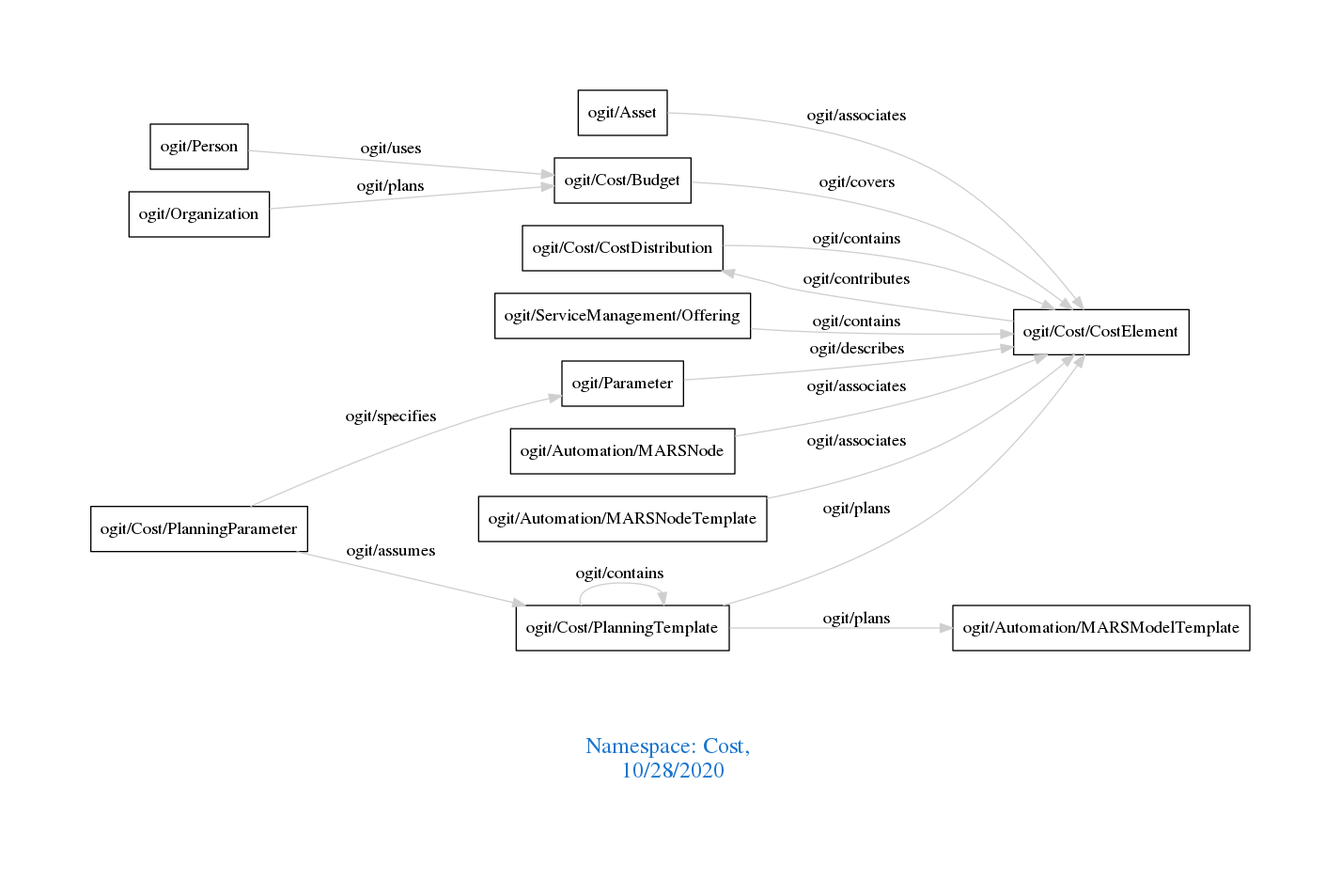
This is downloads/Cost.png from arago/OGIT, a Graphviz export, as it was before one commit. Its source is kept beside it as downloads/Cost.dot.
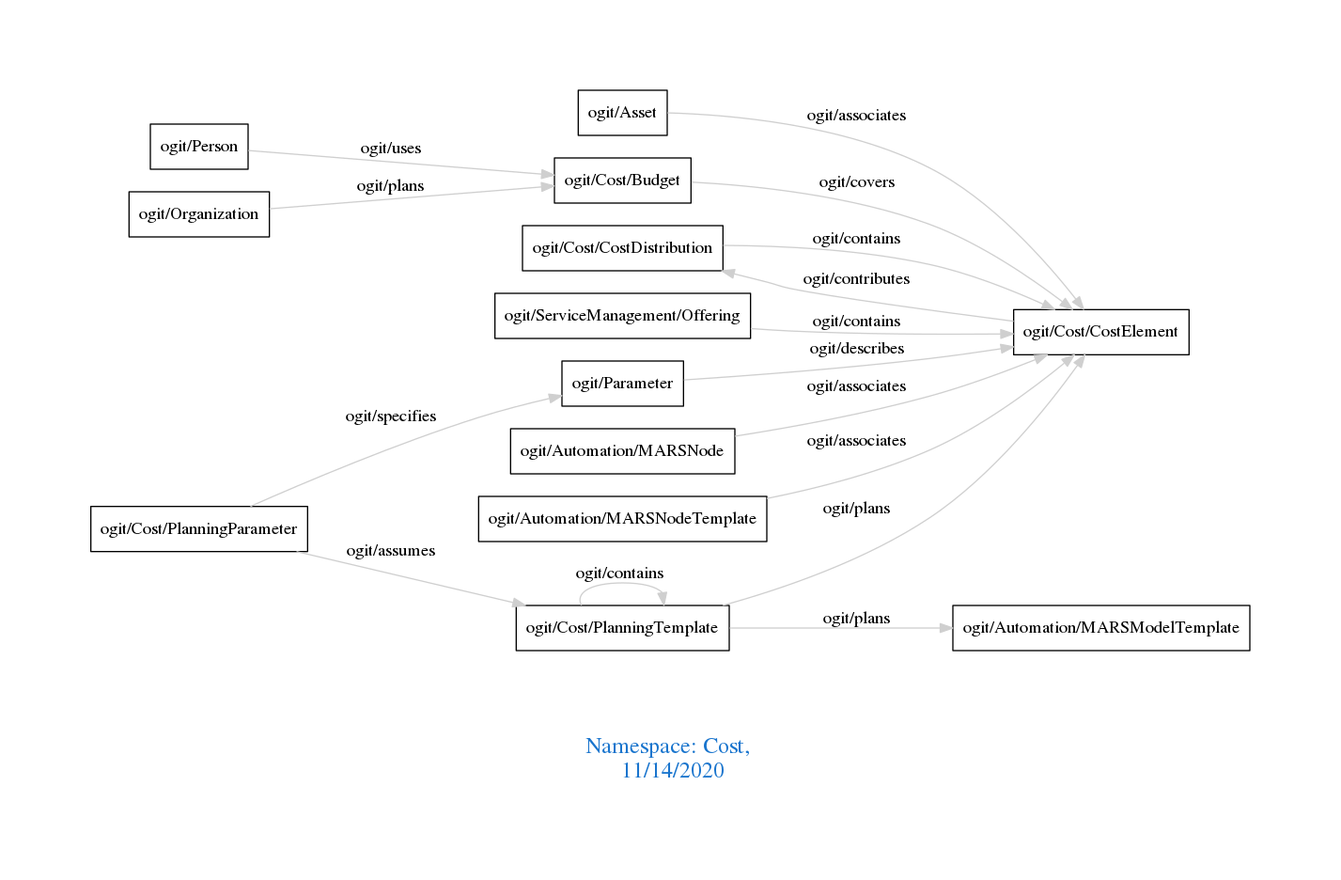
Above is the later version.

Diff of the diagram source:
```diff
@@ -1,7 +1,7 @@
 digraph OGIT_ontology {
  graph [ rankdir= LR,pad=1
 fontsize = 18,
-fontcolor= dodgerblue3,label = "\n\n\nNamespace: Cost, \n 10/28/2020"];
+fontcolor= dodgerblue3,label = "\n\n\nNamespace: Cost, \n 11/14/2020"];
 node[shape=polygon];
 edge [  color="gray81"];
 
```
